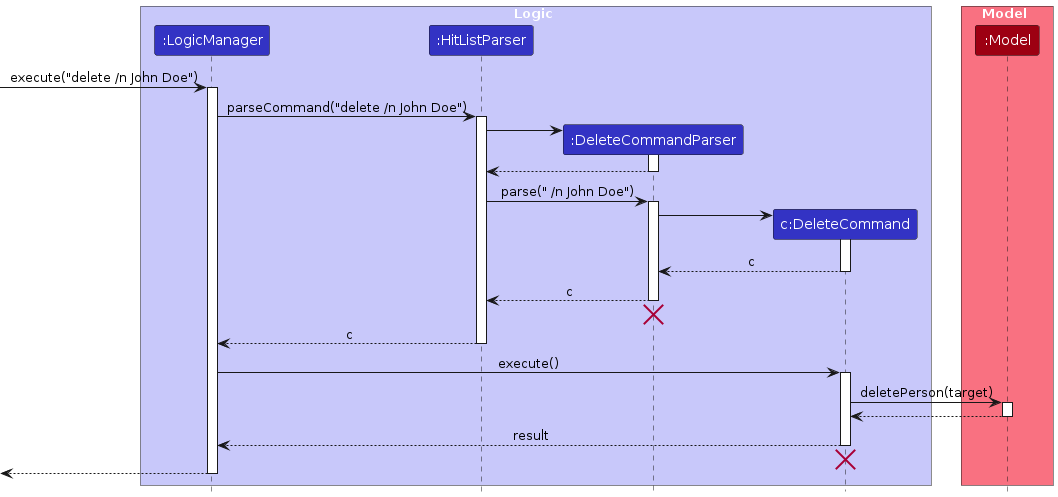
This is diagrams/delete-person/PersonDeleteSequenceDiagram-Logic.png from AY2526S2-CS2103T-W11-2/tp, a PlantUML export, as it was before one commit. Its source is kept beside it as diagrams/delete-person/PersonDeleteSequenceDiagram-Logic.puml.
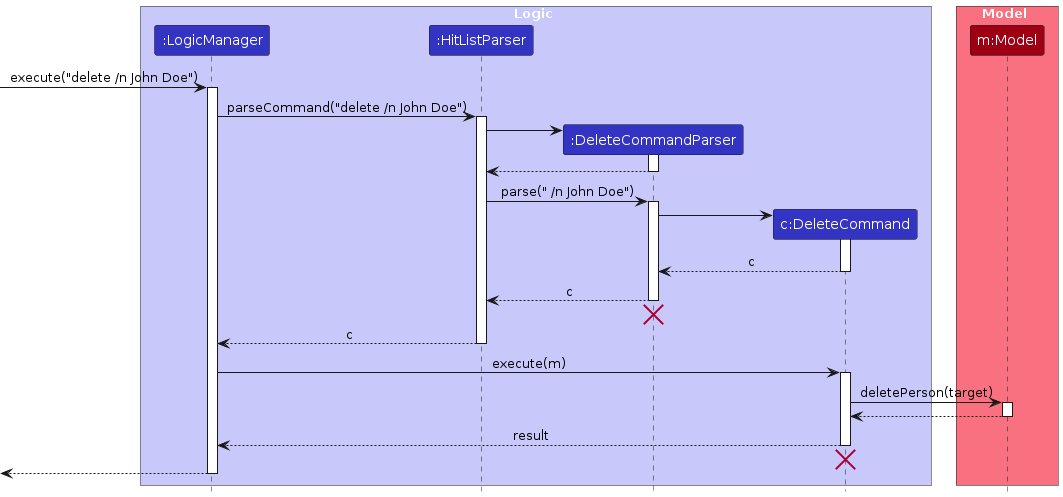
Later version of the same file.

Diff of the diagram source:
```diff
@@ -10,7 +10,7 @@
 end box
 
 box Model MODEL_COLOR_T1
-participant ":Model" as Model MODEL_COLOR
+participant "m:Model" as Model MODEL_COLOR
 end box
 
 [-> LogicManager : execute("delete /n John Doe")
@@ -41,7 +41,7 @@
 HitListParser --> LogicManager : c
 deactivate HitListParser
 
-LogicManager -> DeleteCommand : execute()
+LogicManager -> DeleteCommand : execute(m)
 activate DeleteCommand
 DeleteCommand -> Model : deletePerson(target)
 activate Model
```
